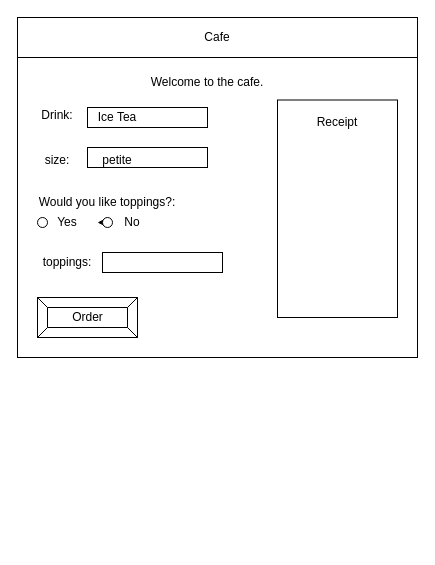
Earlier version of the draw.io diagram design/story-board.drawio (Liya-Getachew/ICS2O-Assignment-4). Source tidied: cells renumbered, new cells numbered last; positions are measured from the earlier drawing's top-left corner, leaving out a move shared by most shapes. Both pictures are drawn from the tidied source at 100%, with x=0, y=0 at pixel (17, 17).
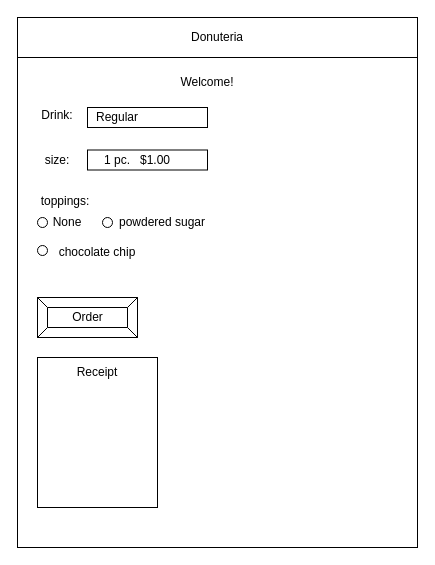
Above is the later version.

The change refers to these unchanged cells:
```xml
<mxCell id="16" style="ellipse;whiteSpace=wrap;html=1;" parent="1" vertex="1">
  <mxGeometry x="85" y="200" width="10" height="10" as="geometry" />
</mxCell>
```

The edit, as a diff of the source:
```diff
@@
     <mxCell id="2" style="rounded=0;whiteSpace=wrap;html=1;" parent="1" vertex="1">
-      <mxGeometry width="400" height="340" as="geometry" />
+      <mxGeometry width="400" height="530" as="geometry" />
     </mxCell>
-    <mxCell id="3" value="Cafe" style="rounded=0;whiteSpace=wrap;html=1;" parent="1" vertex="1">
+    <mxCell id="3" value="Donuteria" style="rounded=0;whiteSpace=wrap;html=1;" parent="1" vertex="1">
       <mxGeometry width="400" height="40" as="geometry" />
     </mxCell>
@@
-    <mxCell id="5" value="Welcome to the cafe." style="text;html=1;strokeColor=none;fillColor=none;align=center;verticalAlign=middle;whiteSpace=wrap;rounded=0;" parent="1" vertex="1">
+    <mxCell id="5" value="Welcome!" style="text;html=1;strokeColor=none;fillColor=none;align=center;verticalAlign=middle;whiteSpace=wrap;rounded=0;" parent="1" vertex="1">
       <mxGeometry x="130" y="50" width="120" height="30" as="geometry" />
     </mxCell>
@@
-    <mxCell id="8" value="Ice Tea" style="text;html=1;strokeColor=none;fillColor=none;align=center;verticalAlign=middle;whiteSpace=wrap;rounded=0;" parent="1" vertex="1">
+    <mxCell id="8" value="Regular" style="text;html=1;strokeColor=none;fillColor=none;align=center;verticalAlign=middle;whiteSpace=wrap;rounded=0;" parent="1" vertex="1">
       <mxGeometry x="70" y="82.5" width="60" height="35" as="geometry" />
     </mxCell>
@@
     <mxCell id="10" style="rounded=0;whiteSpace=wrap;html=1;" parent="1" vertex="1">
-      <mxGeometry x="70" y="130" width="120" height="20" as="geometry" />
+      <mxGeometry x="70" y="132.5" width="120" height="20" as="geometry" />
     </mxCell>
-    <mxCell id="11" value="petite" style="text;html=1;strokeColor=none;fillColor=none;align=center;verticalAlign=middle;whiteSpace=wrap;rounded=0;" parent="1" vertex="1">
-      <mxGeometry x="70" y="125" width="60" height="35" as="geometry" />
+    <mxCell id="11" value="1 pc.&amp;nbsp; &amp;nbsp;$1.00" style="text;html=1;strokeColor=none;fillColor=none;align=center;verticalAlign=middle;whiteSpace=wrap;rounded=0;" parent="1" vertex="1">
+      <mxGeometry x="70" y="125" width="100" height="35" as="geometry" />
     </mxCell>
-    <mxCell id="12" value="Would you like toppings?:" style="text;html=1;strokeColor=none;fillColor=none;align=center;verticalAlign=middle;whiteSpace=wrap;rounded=0;" parent="1" vertex="1">
-      <mxGeometry x="10" y="170" width="160" height="30" as="geometry" />
-    </mxCell>
@@
-    <mxCell id="14" value="Yes" style="text;html=1;strokeColor=none;fillColor=none;align=center;verticalAlign=middle;whiteSpace=wrap;rounded=0;" parent="1" vertex="1">
-      <mxGeometry x="20" y="190" width="60" height="30" as="geometry" />
+    <mxCell id="14" value="powdered sugar" style="text;html=1;strokeColor=none;fillColor=none;align=center;verticalAlign=middle;whiteSpace=wrap;rounded=0;" parent="1" vertex="1">
+      <mxGeometry x="95" y="190" width="100" height="30" as="geometry" />
     </mxCell>
-    <mxCell id="15" style="edgeStyle=none;html=1;" parent="1" edge="1" source="16" target="14">
-      <mxGeometry relative="1" as="geometry" />
-    </mxCell>
@@
-    <mxCell id="17" value="No" style="text;html=1;strokeColor=none;fillColor=none;align=center;verticalAlign=middle;whiteSpace=wrap;rounded=0;" parent="1" vertex="1">
-      <mxGeometry x="85" y="190" width="60" height="30" as="geometry" />
+    <mxCell id="17" value="None" style="text;html=1;strokeColor=none;fillColor=none;align=center;verticalAlign=middle;whiteSpace=wrap;rounded=0;" parent="1" vertex="1">
+      <mxGeometry x="20" y="190" width="60" height="30" as="geometry" />
     </mxCell>
     <mxCell id="18" value="toppings:" style="text;html=1;strokeColor=none;fillColor=none;align=center;verticalAlign=middle;whiteSpace=wrap;rounded=0;" parent="1" vertex="1">
-      <mxGeometry x="20" y="230" width="60" height="30" as="geometry" />
+      <mxGeometry x="18" y="169" width="60" height="30" as="geometry" />
     </mxCell>
-    <mxCell id="19" style="rounded=0;whiteSpace=wrap;html=1;" parent="1" vertex="1">
-      <mxGeometry x="85" y="235" width="120" height="20" as="geometry" />
-    </mxCell>
     <mxCell id="20" style="rounded=0;whiteSpace=wrap;html=1;" parent="1" vertex="1">
-      <mxGeometry x="260" y="82.5" width="120" height="217.5" as="geometry" />
+      <mxGeometry x="20" y="340" width="120" height="150" as="geometry" />
     </mxCell>
     <mxCell id="21" value="Receipt" style="text;html=1;strokeColor=none;fillColor=none;align=center;verticalAlign=middle;whiteSpace=wrap;rounded=0;" parent="1" vertex="1">
-      <mxGeometry x="290" y="90" width="60" height="30" as="geometry" />
+      <mxGeometry x="50" y="340" width="60" height="30" as="geometry" />
     </mxCell>
+    <mxCell id="22" style="ellipse;whiteSpace=wrap;html=1;" parent="1" vertex="1">
+      <mxGeometry x="20" y="228" width="10" height="10" as="geometry" />
+    </mxCell>
+    <mxCell id="23" value="chocolate chip" style="text;html=1;strokeColor=none;fillColor=none;align=center;verticalAlign=middle;whiteSpace=wrap;rounded=0;" parent="1" vertex="1">
+      <mxGeometry x="30" y="220" width="100" height="30" as="geometry" />
+    </mxCell>
```
